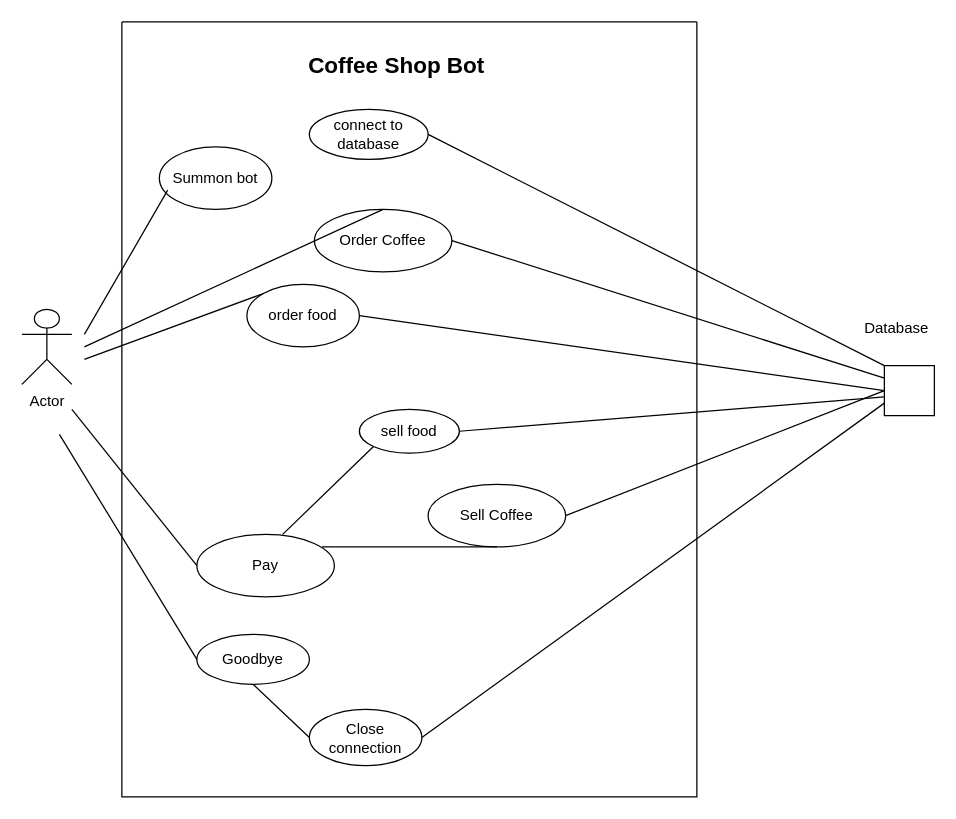
This is Coffe Shop.drawio from vnmrnd24/CoffeShop, a draw.io file, before an edit. Source tidied: cells renumbered, new cells numbered last; positions are measured from the earlier drawing's top-left corner, leaving out a move shared by most shapes. Both pictures are drawn from the tidied source at 125%, with x=0, y=0 at pixel (21, 21).
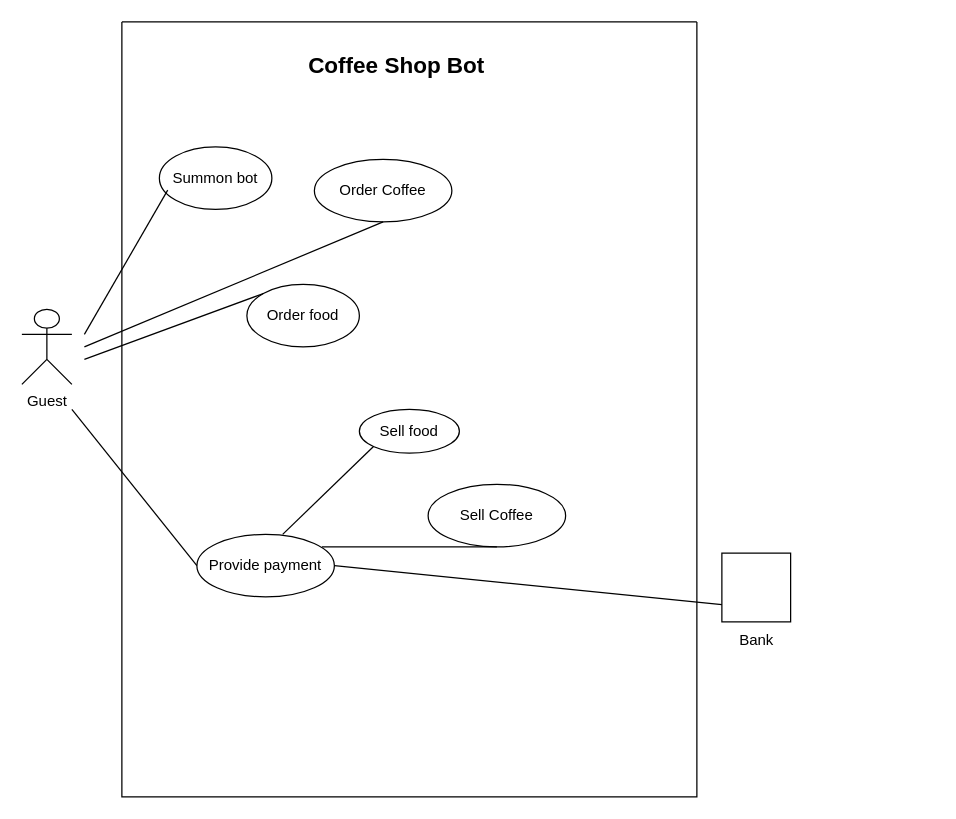
The same page after the edit.

Unchanged cells that the change refers to:
```xml
<mxCell id="2" style="swimlane;startSize=0;" parent="1" vertex="1">
  <mxGeometry x="80" width="460" height="620" as="geometry" />
</mxCell>
<mxCell id="6" value="Sell Coffee" style="ellipse;whiteSpace=wrap;html=1;" parent="2" vertex="1">
  <mxGeometry x="245" y="370" width="110" height="50" as="geometry" />
</mxCell>
```

What changed in the source:
```diff
@@
     <mxCell id="5" value="Order Coffee" style="ellipse;whiteSpace=wrap;html=1;" parent="2" vertex="1">
-      <mxGeometry x="154" y="150" width="110" height="50" as="geometry" />
+      <mxGeometry x="154" y="110" width="110" height="50" as="geometry" />
     </mxCell>
@@
-    <mxCell id="7" value="Pay" style="ellipse;whiteSpace=wrap;html=1;" parent="2" vertex="1">
+    <mxCell id="7" value="Provide payment" style="ellipse;whiteSpace=wrap;html=1;" parent="2" vertex="1">
       <mxGeometry x="60" y="410" width="110" height="50" as="geometry" />
     </mxCell>
-    <mxCell id="8" style="endArrow=none;html=1;rounded=0;exitX=0.5;exitY=0;exitDx=0;exitDy=0;" parent="2" edge="1" source="5">
+    <mxCell id="8" style="endArrow=none;html=1;rounded=0;exitX=0.5;exitY=1;exitDx=0;exitDy=0;" parent="2" edge="1" source="5">
       <mxGeometry relative="1" as="geometry">
         <mxPoint x="-30" y="260" as="targetPoint" />
       </mxGeometry>
     </mxCell>
@@
-    <mxCell id="11" value="connect to database" style="ellipse;whiteSpace=wrap;html=1;hachureGap=4;" parent="2" vertex="1">
-      <mxGeometry x="150" y="70" width="95" height="40" as="geometry" />
-    </mxCell>
-    <mxCell id="12" value="Close connection" style="ellipse;whiteSpace=wrap;html=1;hachureGap=4;" parent="2" vertex="1">
-      <mxGeometry x="150" y="550" width="90" height="45" as="geometry" />
-    </mxCell>
-    <mxCell id="13" value="Goodbye" style="ellipse;whiteSpace=wrap;html=1;hachureGap=4;" parent="2" vertex="1">
-      <mxGeometry x="60" y="490" width="90" height="40" as="geometry" />
-    </mxCell>
-    <mxCell id="14" style="endArrow=none;html=1;rounded=0;startSize=14;endSize=14;sourcePerimeterSpacing=8;targetPerimeterSpacing=8;curved=1;entryX=0.5;entryY=1;entryDx=0;entryDy=0;exitX=0;exitY=0.5;exitDx=0;exitDy=0;" parent="2" edge="1" source="12" target="13">
-      <mxGeometry relative="1" as="geometry" />
-    </mxCell>
-    <mxCell id="15" value="order food" style="ellipse;whiteSpace=wrap;html=1;" parent="2" vertex="1">
+    <mxCell id="15" value="Order food" style="ellipse;whiteSpace=wrap;html=1;" parent="2" vertex="1">
       <mxGeometry x="100" y="210" width="90" height="50" as="geometry" />
     </mxCell>
@@
-    <mxCell id="17" value="sell food" style="ellipse;whiteSpace=wrap;html=1;" parent="2" vertex="1">
+    <mxCell id="17" value="Sell food" style="ellipse;whiteSpace=wrap;html=1;" parent="2" vertex="1">
       <mxGeometry x="190" y="310" width="80" height="35" as="geometry" />
     </mxCell>
@@
-    <mxCell id="19" value="Actor" style="shape=umlActor;verticalLabelPosition=bottom;verticalAlign=top;html=1;" parent="1" vertex="1">
+    <mxCell id="19" value="Guest" style="shape=umlActor;verticalLabelPosition=bottom;verticalAlign=top;html=1;" parent="1" vertex="1">
       <mxGeometry y="230" width="40" height="60" as="geometry" />
     </mxCell>
-    <mxCell id="20" value="Database" style="text;html=1;strokeColor=none;fillColor=none;align=center;verticalAlign=middle;whiteSpace=wrap;rounded=0;" parent="1" vertex="1">
-      <mxGeometry x="670" y="230" width="60" height="30" as="geometry" />
-    </mxCell>
-    <mxCell id="21" style="rounded=0;whiteSpace=wrap;html=1;" parent="1" vertex="1">
-      <mxGeometry x="690" y="275" width="40" height="40" as="geometry" />
-    </mxCell>
@@
-    <mxCell id="23" style="endArrow=none;html=1;rounded=0;entryX=0;entryY=0.25;entryDx=0;entryDy=0;exitX=1;exitY=0.5;exitDx=0;exitDy=0;" parent="1" edge="1" source="5" target="21">
-      <mxGeometry relative="1" as="geometry" />
-    </mxCell>
-    <mxCell id="24" style="endArrow=none;html=1;rounded=0;entryX=0;entryY=0.5;entryDx=0;entryDy=0;exitX=1;exitY=0.5;exitDx=0;exitDy=0;" parent="1" edge="1" source="6" target="21">
-      <mxGeometry relative="1" as="geometry" />
-    </mxCell>
-    <mxCell id="25" style="endArrow=none;html=1;rounded=0;startSize=14;endSize=14;sourcePerimeterSpacing=8;targetPerimeterSpacing=8;curved=1;entryX=1;entryY=0.5;entryDx=0;entryDy=0;exitX=0;exitY=0;exitDx=0;exitDy=0;" parent="1" edge="1" source="21" target="11">
-      <mxGeometry relative="1" as="geometry" />
-    </mxCell>
-    <mxCell id="26" style="endArrow=none;html=1;rounded=0;startSize=14;endSize=14;sourcePerimeterSpacing=8;targetPerimeterSpacing=8;curved=1;entryX=0;entryY=0.75;entryDx=0;entryDy=0;exitX=1;exitY=0.5;exitDx=0;exitDy=0;" parent="1" edge="1" source="12" target="21">
-      <mxGeometry relative="1" as="geometry" />
-    </mxCell>
-    <mxCell id="27" style="endArrow=none;html=1;rounded=0;startSize=14;endSize=14;sourcePerimeterSpacing=8;targetPerimeterSpacing=8;curved=1;entryX=0;entryY=0.5;entryDx=0;entryDy=0;" parent="1" edge="1" target="13">
-      <mxGeometry relative="1" as="geometry">
-        <mxPoint x="30" y="330" as="sourcePoint" />
-      </mxGeometry>
-    </mxCell>
-    <mxCell id="28" style="endArrow=none;html=1;rounded=0;entryX=0;entryY=0.5;entryDx=0;entryDy=0;exitX=1;exitY=0.5;exitDx=0;exitDy=0;" parent="1" edge="1" source="15" target="21">
-      <mxGeometry relative="1" as="geometry" />
-    </mxCell>
-    <mxCell id="29" style="endArrow=none;html=1;rounded=0;exitX=1;exitY=0.5;exitDx=0;exitDy=0;" parent="1" edge="1" source="17">
-      <mxGeometry relative="1" as="geometry">
-        <mxPoint x="690" y="300" as="targetPoint" />
-      </mxGeometry>
-    </mxCell>
+    <mxCell id="30" style="whiteSpace=wrap;html=1;" parent="1" vertex="1">
+      <mxGeometry x="560" y="425" width="55" height="55" as="geometry" />
+    </mxCell>
+    <mxCell id="31" style="endArrow=none;html=1;rounded=0;entryX=0;entryY=0.75;entryDx=0;entryDy=0;exitX=1;exitY=0.5;exitDx=0;exitDy=0;" parent="1" edge="1" source="7" target="30">
+      <mxGeometry relative="1" as="geometry" />
+    </mxCell>
+    <mxCell id="32" value="Bank" style="text;html=1;strokeColor=none;fillColor=none;align=center;verticalAlign=middle;whiteSpace=wrap;rounded=0;" parent="1" vertex="1">
+      <mxGeometry x="557.5" y="480" width="60" height="30" as="geometry" />
+    </mxCell>
```
